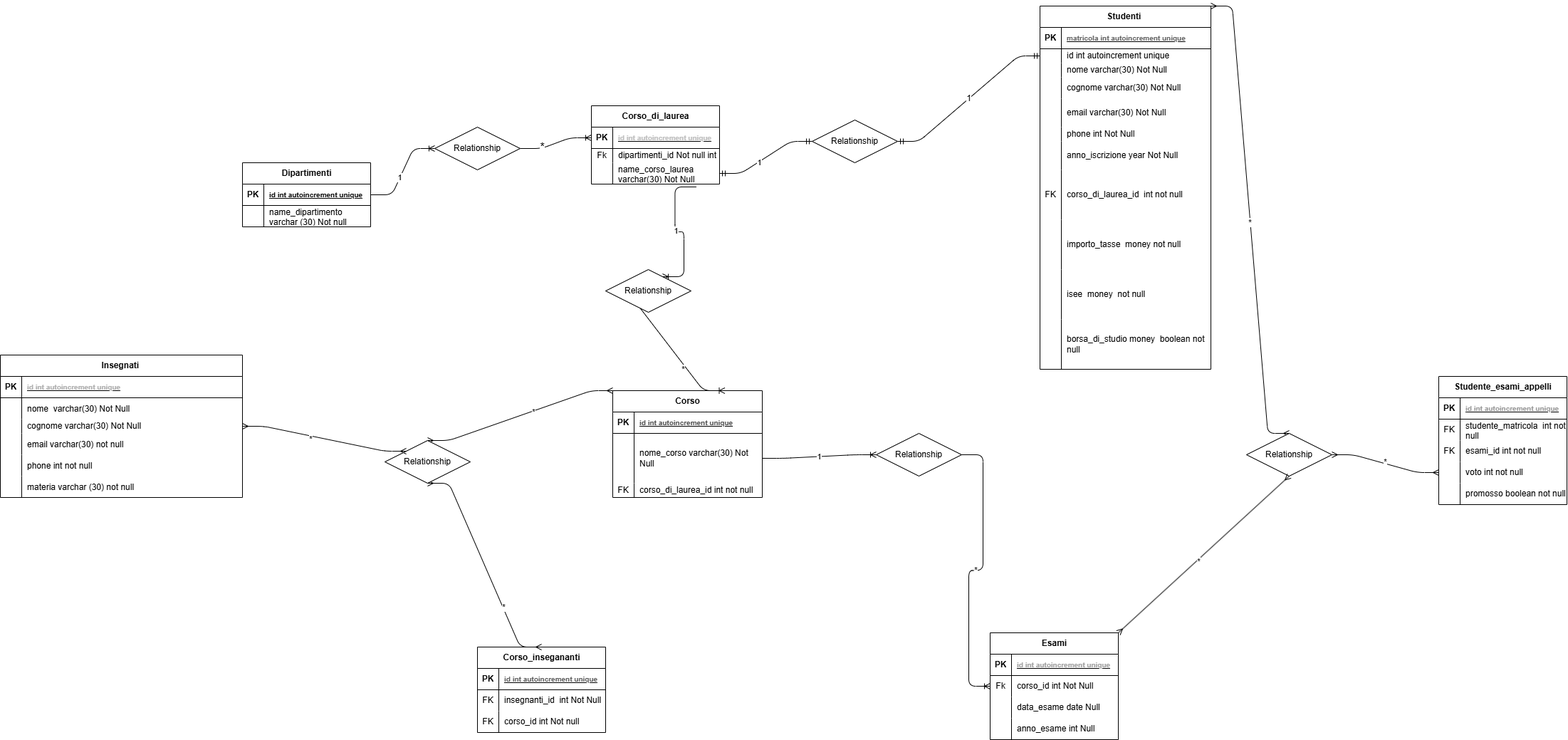
The draw.io diagram img/db.png in DavideCriscuolo/db-university, before a commit. Source tidied: cells renumbered, new cells last; positions are measured from the earlier drawing's top-left corner, leaving out a move shared by most shapes.
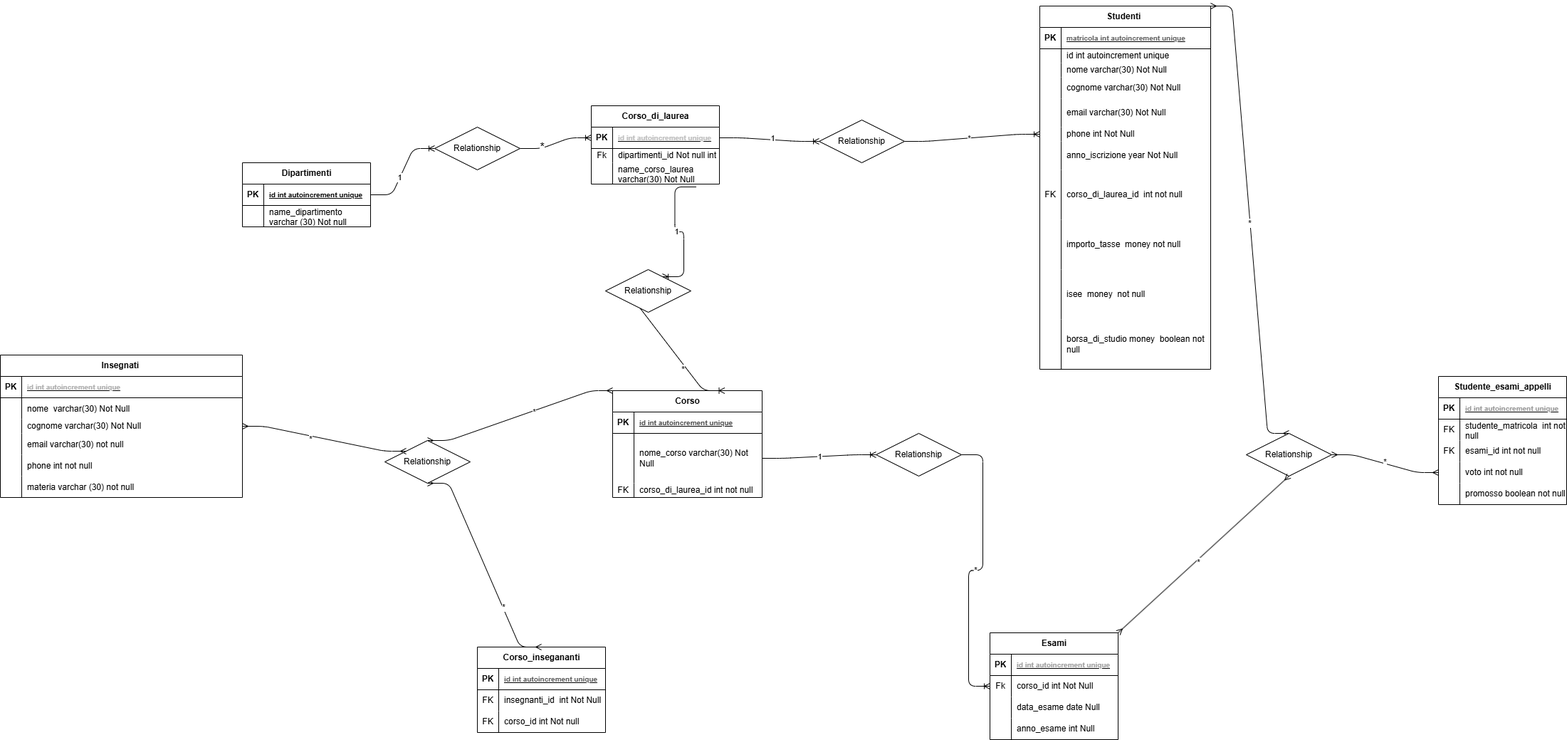
After the change.

Commit message:
Aggiornata l'immagine del database per la documentazione

The edit, as a diff of the source:
```diff
@@ -433,18 +433,6 @@
     <mxCell id="142" value="Relationship" style="shape=rhombus;perimeter=rhombusPerimeter;whiteSpace=wrap;html=1;align=center;" parent="1" vertex="1">
       <mxGeometry x="1230" y="600" width="120" height="60" as="geometry" />
     </mxCell>
-    <mxCell id="143" value="1" style="edgeStyle=entityRelationEdgeStyle;fontSize=12;html=1;endArrow=ERmandOne;startArrow=ERmandOne;exitX=1;exitY=0.5;exitDx=0;exitDy=0;entryX=0;entryY=0.5;entryDx=0;entryDy=0;" parent="1" edge="1" source="146" target="75">
-      <mxGeometry relative="1" as="geometry" />
-    </mxCell>
-    <mxCell id="144" style="edgeStyle=entityRelationEdgeStyle;fontSize=12;html=1;endArrow=ERmandOne;startArrow=ERmandOne;exitX=1;exitY=0.5;exitDx=0;exitDy=0;entryX=0;entryY=0.5;entryDx=0;entryDy=0;" parent="1" edge="1" source="16" target="146">
-      <mxGeometry relative="1" as="geometry" />
-    </mxCell>
-    <mxCell id="145" value="1" style="edgeLabel;html=1;align=center;verticalAlign=middle;" parent="144" vertex="1">
-      <mxGeometry x="-0.16" y="-1" relative="1" as="geometry" />
-    </mxCell>
-    <mxCell id="146" value="Relationship" style="shape=rhombus;perimeter=rhombusPerimeter;whiteSpace=wrap;html=1;align=center;" parent="1" vertex="1">
-      <mxGeometry x="1140" y="160" width="120" height="60" as="geometry" />
-    </mxCell>
     <mxCell id="147" style="edgeStyle=entityRelationEdgeStyle;fontSize=12;html=1;endArrow=ERmany;startArrow=ERmany;exitX=0.5;exitY=0;exitDx=0;exitDy=0;entryX=1;entryY=0;entryDx=0;entryDy=0;" parent="1" edge="1" source="151" target="71">
       <mxGeometry relative="1" as="geometry" />
     </mxCell>
@@ -468,5 +456,20 @@
     <mxCell id="153" value="*" style="edgeLabel;html=1;align=center;verticalAlign=middle;" parent="152" vertex="1">
       <mxGeometry x="-0.07" y="-2" relative="1" as="geometry" />
     </mxCell>
+    <mxCell id="154" style="edgeStyle=entityRelationEdgeStyle;fontSize=12;html=1;endArrow=ERoneToMany;entryX=0;entryY=0.5;entryDx=0;entryDy=0;exitX=1;exitY=0.5;exitDx=0;exitDy=0;" parent="1" edge="1" source="146" target="87">
+      <mxGeometry relative="1" as="geometry" />
+    </mxCell>
+    <mxCell id="155" value="*" style="edgeLabel;html=1;align=center;verticalAlign=middle;" parent="154" vertex="1">
+      <mxGeometry x="-0.06" relative="1" as="geometry" />
+    </mxCell>
+    <mxCell id="156" style="edgeStyle=entityRelationEdgeStyle;fontSize=12;html=1;endArrow=ERoneToMany;entryX=0;entryY=0.5;entryDx=0;entryDy=0;exitX=1;exitY=0.5;exitDx=0;exitDy=0;" parent="1" edge="1" source="10" target="146">
+      <mxGeometry relative="1" as="geometry" />
+    </mxCell>
+    <mxCell id="145" value="1" style="edgeLabel;html=1;align=center;verticalAlign=middle;" parent="156" vertex="1">
+      <mxGeometry x="0.06" y="2" relative="1" as="geometry" />
+    </mxCell>
+    <mxCell id="146" value="Relationship" style="shape=rhombus;perimeter=rhombusPerimeter;whiteSpace=wrap;html=1;align=center;" parent="1" vertex="1">
+      <mxGeometry x="1150" y="160" width="120" height="60" as="geometry" />
+    </mxCell>
   </root>
 </mxGraphModel>
```
